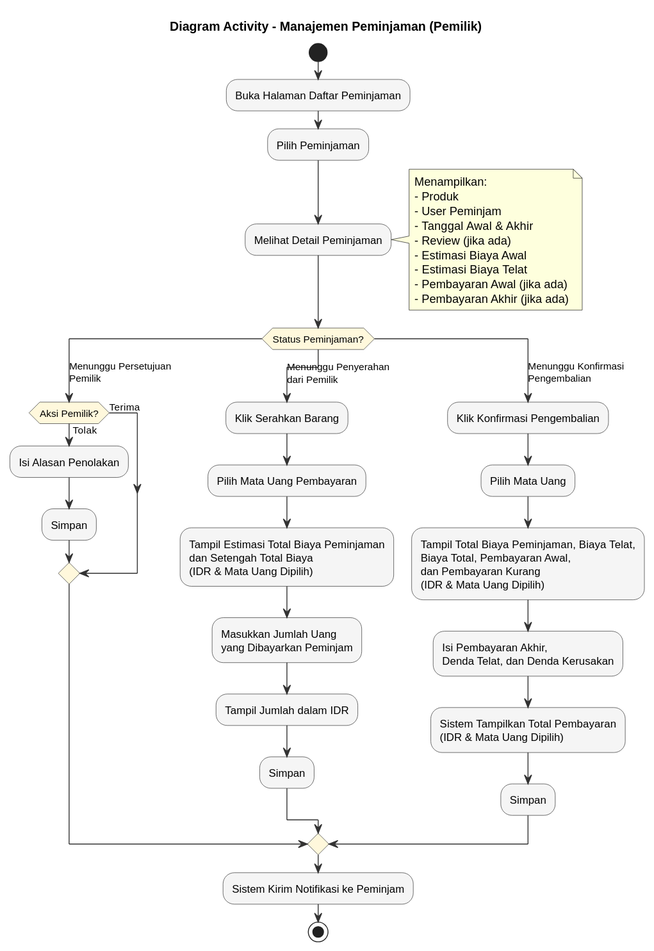
Before: laporan/diagram/output/rental_management_owner.svg, a diagram exported from PlantUML (levirs565/openrent).
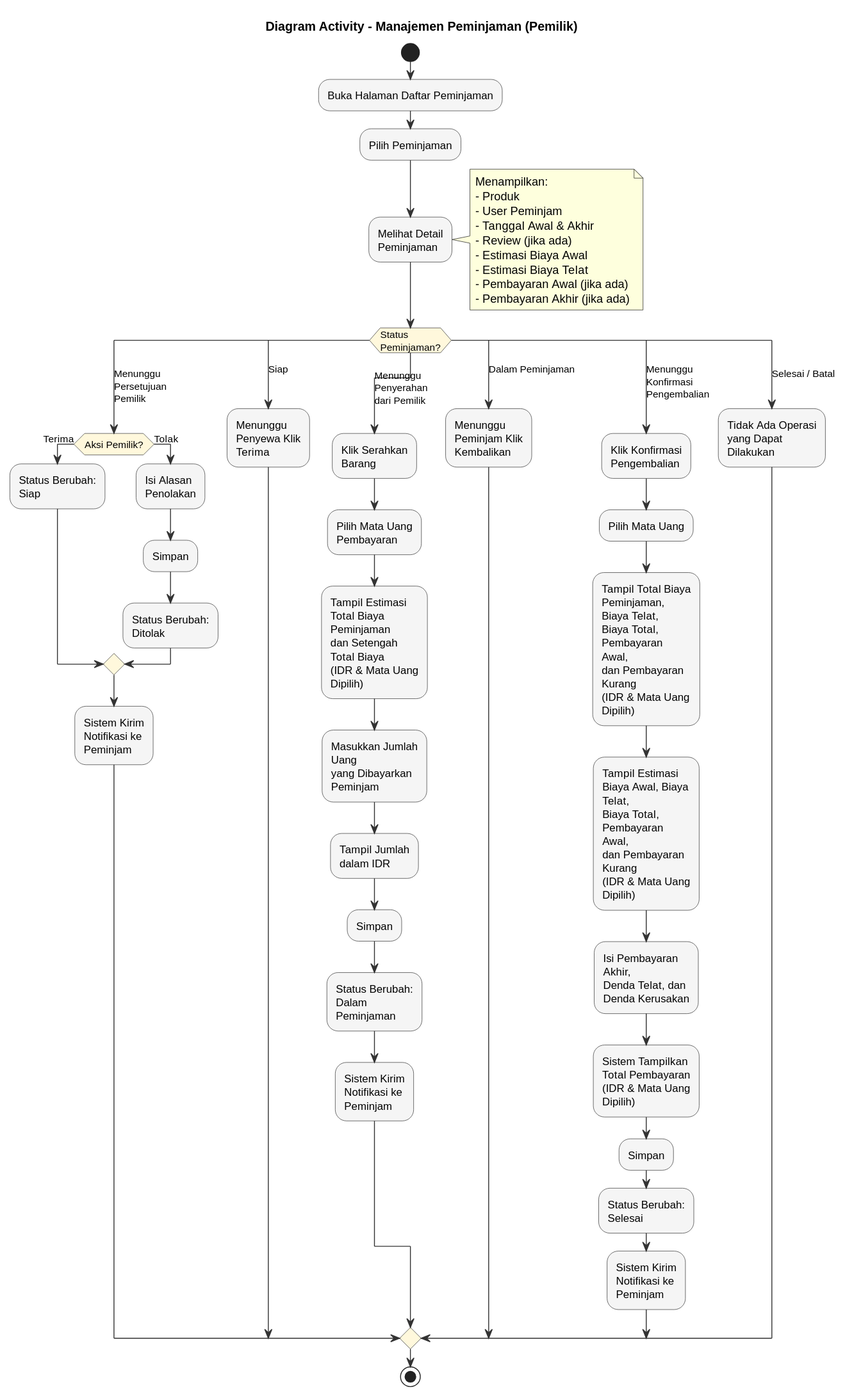
Above is the later version.

What changed in the source:
```diff
@@ -7,13 +7,22 @@
 skinparam ActivityDiamondBorderColor #333333
 skinparam ArrowColor #333333
 
+<style>
+element {
+  MaximumWidth 100
+}
+.notwrap {
+  MaximumWidth 500
+}
+</style>
+
 start
 
-:Buka Halaman Daftar Peminjaman;
+:Buka Halaman Daftar Peminjaman; <<notwrap>>
 :Pilih Peminjaman;
 
 :Melihat Detail Peminjaman;
-note right
+note right <<notwrap>>
   Menampilkan:
   - Produk
   - User Peminjam
@@ -29,10 +38,17 @@
 case (Menunggu Persetujuan\nPemilik)
 
   if (Aksi Pemilik?) then (Terima)
+    :Status Berubah: Siap;
   else (Tolak)
     :Isi Alasan Penolakan;
     :Simpan;
+    :Status Berubah: Ditolak;
   endif
+  :Sistem Kirim Notifikasi ke Peminjam;
+
+case (Siap)
+
+  :Menunggu Penyewa Klik Terima;
 
 case (Menunggu Penyerahan\ndari Pemilik)
 
@@ -42,18 +58,30 @@
   :Masukkan Jumlah Uang\nyang Dibayarkan Peminjam;
   :Tampil Jumlah dalam IDR;
   :Simpan;
+  :Status Berubah: Dalam Peminjaman;
+  :Sistem Kirim Notifikasi ke Peminjam;
+
+case (Dalam Peminjaman)
+
+  :Menunggu Peminjam Klik Kembalikan;
 
 case (Menunggu Konfirmasi\nPengembalian)
 
   :Klik Konfirmasi Pengembalian;
   :Pilih Mata Uang;
   :Tampil Total Biaya Peminjaman, Biaya Telat,\nBiaya Total, Pembayaran Awal,\ndan Pembayaran Kurang\n(IDR & Mata Uang Dipilih);
+  :Tampil Estimasi Biaya Awal, Biaya Telat,\nBiaya Total, Pembayaran Awal,\ndan Pembayaran Kurang\n(IDR & Mata Uang Dipilih);
   :Isi Pembayaran Akhir,\nDenda Telat, dan Denda Kerusakan;
   :Sistem Tampilkan Total Pembayaran\n(IDR & Mata Uang Dipilih);
   :Simpan;
+  :Status Berubah: Selesai;
+  :Sistem Kirim Notifikasi ke Peminjam;
+
+case (Selesai / Batal)
+
+  :Tidak Ada Operasi\nyang Dapat Dilakukan;
 
 endswitch
-:Sistem Kirim Notifikasi ke Peminjam;
 
 stop
 @enduml
```
